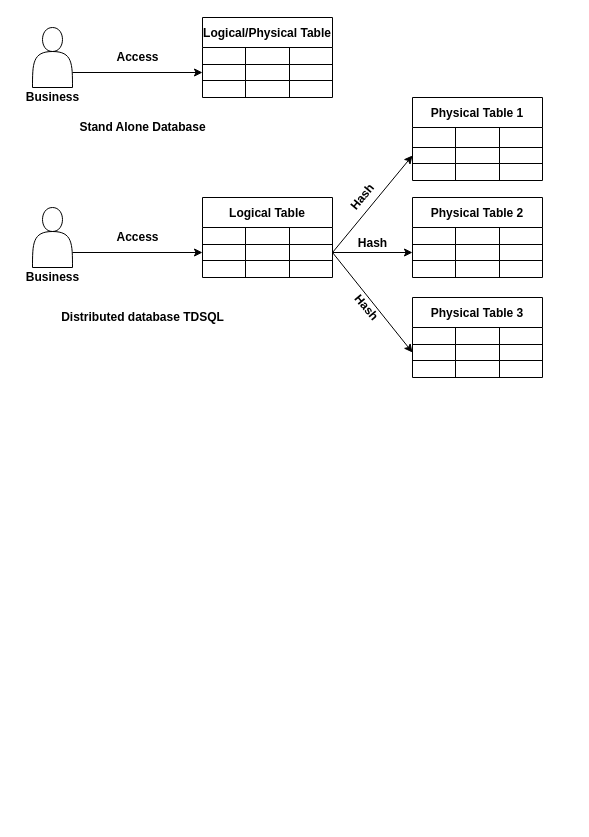
The draw.io diagram Untitled Diagram.drawio in dylan-club/testgit, before the edit. Source tidied: cells renumbered, new cells numbered last; positions are measured from the earlier drawing's top-left corner, leaving out a move shared by most shapes. Both pictures are drawn from the tidied source at 100%, with x=0, y=0 at pixel (17, 17).
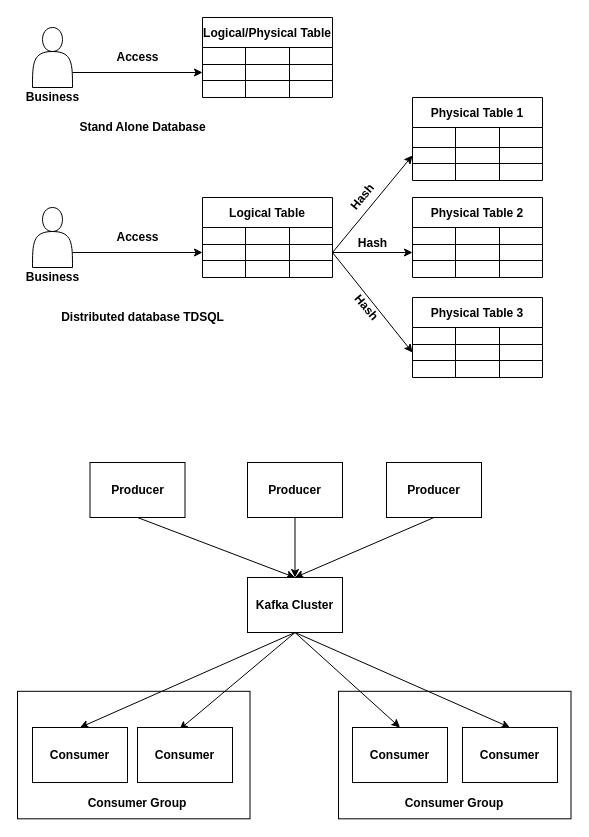
The same diagram, later.

Diff of the diagram source:
```diff
@@
+    <mxCell id="83" style="rounded=0;whiteSpace=wrap;html=1;" parent="1" vertex="1">
+      <mxGeometry x="321" y="673.8" width="232.5" height="127.5" as="geometry" />
+    </mxCell>
+    <mxCell id="84" style="rounded=0;whiteSpace=wrap;html=1;" parent="1" vertex="1">
+      <mxGeometry y="673.8" width="232.5" height="127.5" as="geometry" />
+    </mxCell>
@@
+    <mxCell id="85" style="rounded=0;jettySize=auto;html=1;exitX=0.5;exitY=1;exitDx=0;exitDy=0;entryX=0.5;entryY=0;entryDx=0;entryDy=0;" parent="1" edge="1" source="86" target="95">
+      <mxGeometry relative="1" as="geometry" />
+    </mxCell>
+    <mxCell id="86" value="&lt;b&gt;Producer&lt;/b&gt;" style="rounded=0;whiteSpace=wrap;html=1;" parent="1" vertex="1">
+      <mxGeometry x="72.5" y="445" width="95" height="55" as="geometry" />
+    </mxCell>
+    <mxCell id="87" style="edgeStyle=none;rounded=0;jettySize=auto;html=1;exitX=0.5;exitY=1;exitDx=0;exitDy=0;entryX=0.5;entryY=0;entryDx=0;entryDy=0;" parent="1" edge="1" source="88" target="95">
+      <mxGeometry relative="1" as="geometry" />
+    </mxCell>
+    <mxCell id="88" value="&lt;b&gt;Producer&lt;/b&gt;" style="rounded=0;whiteSpace=wrap;html=1;" parent="1" vertex="1">
+      <mxGeometry x="230" y="445" width="95" height="55" as="geometry" />
+    </mxCell>
+    <mxCell id="89" style="edgeStyle=none;rounded=0;jettySize=auto;html=1;exitX=0.5;exitY=1;exitDx=0;exitDy=0;entryX=0.5;entryY=0;entryDx=0;entryDy=0;" parent="1" edge="1" source="90" target="95">
+      <mxGeometry relative="1" as="geometry" />
+    </mxCell>
+    <mxCell id="90" value="&lt;b&gt;Producer&lt;/b&gt;" style="rounded=0;whiteSpace=wrap;html=1;" parent="1" vertex="1">
+      <mxGeometry x="369" y="445" width="95" height="55" as="geometry" />
+    </mxCell>
+    <mxCell id="91" style="edgeStyle=none;rounded=0;jettySize=auto;html=1;exitX=0.5;exitY=1;exitDx=0;exitDy=0;entryX=0.5;entryY=0;entryDx=0;entryDy=0;" parent="1" edge="1" source="95" target="96">
+      <mxGeometry relative="1" as="geometry" />
+    </mxCell>
+    <mxCell id="92" style="edgeStyle=none;rounded=0;jettySize=auto;html=1;exitX=0.5;exitY=1;exitDx=0;exitDy=0;entryX=0.442;entryY=0.036;entryDx=0;entryDy=0;entryPerimeter=0;" parent="1" edge="1" source="95" target="97">
+      <mxGeometry relative="1" as="geometry" />
+    </mxCell>
+    <mxCell id="93" style="edgeStyle=none;rounded=0;jettySize=auto;html=1;exitX=0.5;exitY=1;exitDx=0;exitDy=0;entryX=0.5;entryY=0;entryDx=0;entryDy=0;" parent="1" edge="1" source="95" target="98">
+      <mxGeometry relative="1" as="geometry" />
+    </mxCell>
+    <mxCell id="94" style="edgeStyle=none;rounded=0;jettySize=auto;html=1;exitX=0.5;exitY=1;exitDx=0;exitDy=0;entryX=0.5;entryY=0;entryDx=0;entryDy=0;" parent="1" edge="1" source="95" target="99">
+      <mxGeometry relative="1" as="geometry" />
+    </mxCell>
+    <mxCell id="95" value="&lt;b&gt;Kafka Cluster&lt;/b&gt;" style="rounded=0;whiteSpace=wrap;html=1;" parent="1" vertex="1">
+      <mxGeometry x="230" y="560" width="95" height="55" as="geometry" />
+    </mxCell>
+    <mxCell id="96" value="&lt;b&gt;Consumer&lt;/b&gt;" style="rounded=0;whiteSpace=wrap;html=1;" parent="1" vertex="1">
+      <mxGeometry x="15" y="710" width="95" height="55" as="geometry" />
+    </mxCell>
+    <mxCell id="97" value="&lt;b&gt;Consumer&lt;/b&gt;" style="rounded=0;whiteSpace=wrap;html=1;" parent="1" vertex="1">
+      <mxGeometry x="120" y="710" width="95" height="55" as="geometry" />
+    </mxCell>
+    <mxCell id="98" value="&lt;b&gt;Consumer&lt;/b&gt;" style="rounded=0;whiteSpace=wrap;html=1;" parent="1" vertex="1">
+      <mxGeometry x="335" y="710" width="95" height="55" as="geometry" />
+    </mxCell>
+    <mxCell id="99" value="&lt;b&gt;Consumer&lt;/b&gt;" style="rounded=0;whiteSpace=wrap;html=1;" parent="1" vertex="1">
+      <mxGeometry x="445" y="710" width="95" height="55" as="geometry" />
+    </mxCell>
+    <mxCell id="100" value="&lt;b&gt;Consumer Group&lt;/b&gt;" style="text;html=1;strokeColor=none;fillColor=none;align=center;verticalAlign=middle;whiteSpace=wrap;rounded=0;" parent="1" vertex="1">
+      <mxGeometry x="60" y="771.2" width="120" height="30" as="geometry" />
+    </mxCell>
+    <mxCell id="101" value="&lt;b&gt;Consumer Group&lt;/b&gt;" style="text;html=1;strokeColor=none;fillColor=none;align=center;verticalAlign=middle;whiteSpace=wrap;rounded=0;" parent="1" vertex="1">
+      <mxGeometry x="377.2" y="771.2" width="120" height="30" as="geometry" />
+    </mxCell>
```
